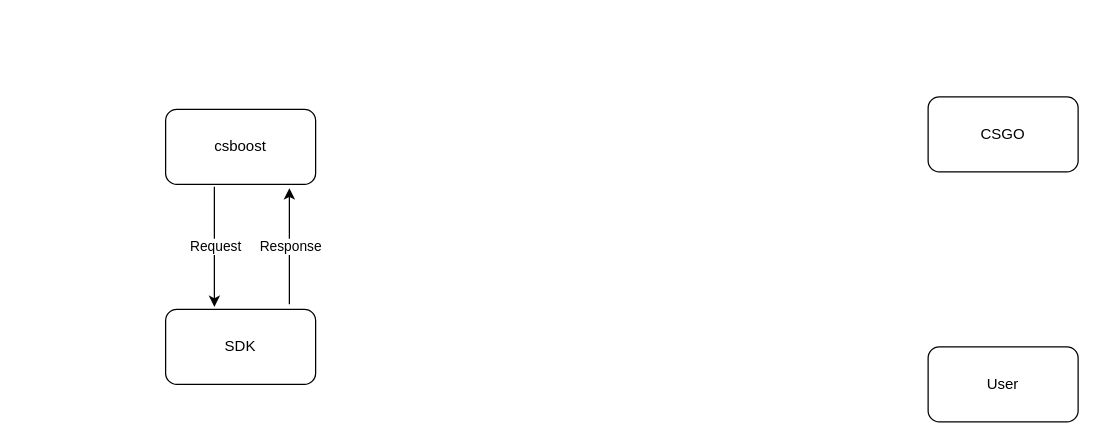
Earlier version of the draw.io diagram Untitled Diagram.drawio (maxwelbm/csgo). Source tidied: cells renumbered, new cells numbered last; positions are measured from the earlier drawing's top-left corner, leaving out a move shared by most shapes. Both pictures are drawn from the tidied source at 125%, with x=0, y=0 at pixel (165, 96).
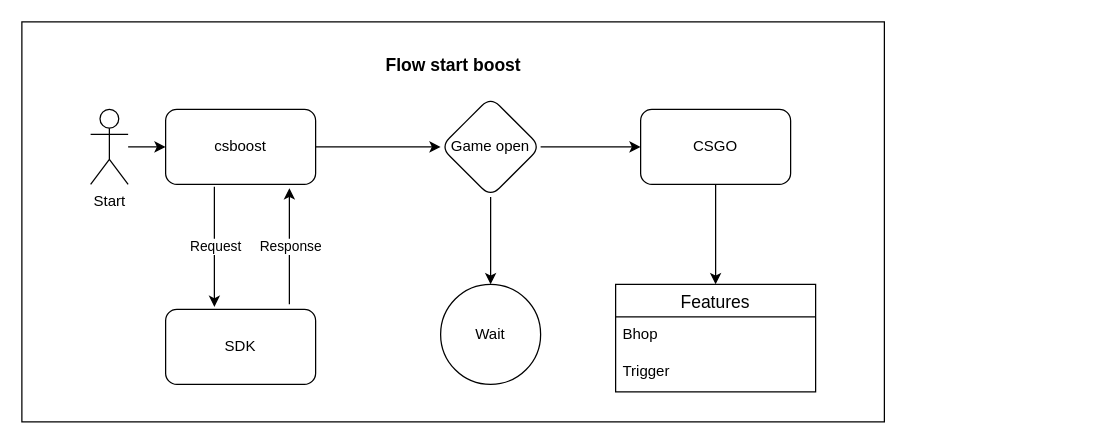
After the change.

The change refers to these unchanged cells:
```xml
<mxCell id="5" value="&lt;div&gt;csboost&lt;/div&gt;" style="rounded=1;whiteSpace=wrap;html=1;" parent="1" vertex="1">
  <mxGeometry y="10" width="120" height="60" as="geometry" />
</mxCell>
```

What changed in the source:
```diff
@@
+    <mxCell id="10" style="rounded=0;whiteSpace=wrap;html=1;" parent="1" vertex="1">
+      <mxGeometry x="-115" y="-60" width="690" height="320" as="geometry" />
+    </mxCell>
+    <mxCell id="11" style="edgeStyle=orthogonalEdgeStyle;rounded=0;jettySize=auto;html=1;entryX=0.5;entryY=0;entryDx=0;entryDy=0;" parent="1" edge="1" source="2" target="19">
+      <mxGeometry relative="1" as="geometry" />
+    </mxCell>
     <mxCell id="2" value="&lt;div&gt;CSGO&lt;/div&gt;" style="rounded=1;whiteSpace=wrap;html=1;" parent="1" vertex="1">
-      <mxGeometry x="610" width="120" height="60" as="geometry" />
+      <mxGeometry x="380" y="10" width="120" height="60" as="geometry" />
     </mxCell>
-    <mxCell id="3" value="User" style="rounded=1;whiteSpace=wrap;html=1;" parent="1" vertex="1">
-      <mxGeometry x="610" y="200" width="120" height="60" as="geometry" />
-    </mxCell>
@@
+    <mxCell id="12" style="edgeStyle=orthogonalEdgeStyle;rounded=0;jettySize=auto;html=1;" parent="1" edge="1" source="5" target="15">
+      <mxGeometry relative="1" as="geometry" />
+    </mxCell>
@@
+    <mxCell id="13" style="edgeStyle=orthogonalEdgeStyle;rounded=0;jettySize=auto;html=1;" parent="1" edge="1" source="15" target="16">
+      <mxGeometry relative="1" as="geometry" />
+    </mxCell>
+    <mxCell id="14" style="edgeStyle=orthogonalEdgeStyle;rounded=0;jettySize=auto;html=1;" parent="1" edge="1" source="15" target="2">
+      <mxGeometry relative="1" as="geometry" />
+    </mxCell>
+    <mxCell id="15" value="&lt;div&gt;Game open&lt;/div&gt;" style="rhombus;whiteSpace=wrap;html=1;rounded=1;" parent="1" vertex="1">
+      <mxGeometry x="220" width="80" height="80" as="geometry" />
+    </mxCell>
+    <mxCell id="16" value="Wait" style="ellipse;whiteSpace=wrap;html=1;rounded=1;" parent="1" vertex="1">
+      <mxGeometry x="220" y="150" width="80" height="80" as="geometry" />
+    </mxCell>
+    <mxCell id="17" style="edgeStyle=orthogonalEdgeStyle;rounded=0;jettySize=auto;html=1;" parent="1" edge="1" source="18" target="5">
+      <mxGeometry relative="1" as="geometry" />
+    </mxCell>
+    <mxCell id="18" value="&lt;div&gt;Start&lt;/div&gt;&lt;div&gt;&lt;br&gt;&lt;/div&gt;" style="shape=umlActor;verticalLabelPosition=bottom;verticalAlign=top;html=1;outlineConnect=0;" parent="1" vertex="1">
+      <mxGeometry x="-60" y="10" width="30" height="60" as="geometry" />
+    </mxCell>
+    <mxCell id="19" value="Features" style="swimlane;fontStyle=0;horizontal=1;startSize=26;align=center;fontSize=14;" parent="1" vertex="1">
+      <mxGeometry x="360" y="150" width="160" height="86" as="geometry" />
+    </mxCell>
+    <mxCell id="20" value="Bhop&lt;span style=&quot;white-space: pre;&quot;&gt; &lt;/span&gt;" style="text;strokeColor=none;fillColor=none;spacingLeft=4;spacingRight=4;overflow=hidden;fontSize=12;whiteSpace=wrap;html=1;" parent="19" vertex="1">
+      <mxGeometry y="26" width="160" height="30" as="geometry" />
+    </mxCell>
+    <mxCell id="21" value="Trigger" style="text;strokeColor=none;fillColor=none;spacingLeft=4;spacingRight=4;overflow=hidden;fontSize=12;whiteSpace=wrap;html=1;" parent="19" vertex="1">
+      <mxGeometry y="56" width="160" height="30" as="geometry" />
+    </mxCell>
+    <mxCell id="22" value="&lt;b&gt;&lt;font style=&quot;font-size: 14px;&quot;&gt;Flow start boost&lt;/font&gt;&lt;/b&gt;" style="text;html=1;strokeColor=none;fillColor=none;align=center;verticalAlign=middle;whiteSpace=wrap;rounded=0;" parent="1" vertex="1">
+      <mxGeometry x="158" y="-40" width="145" height="30" as="geometry" />
+    </mxCell>
```
